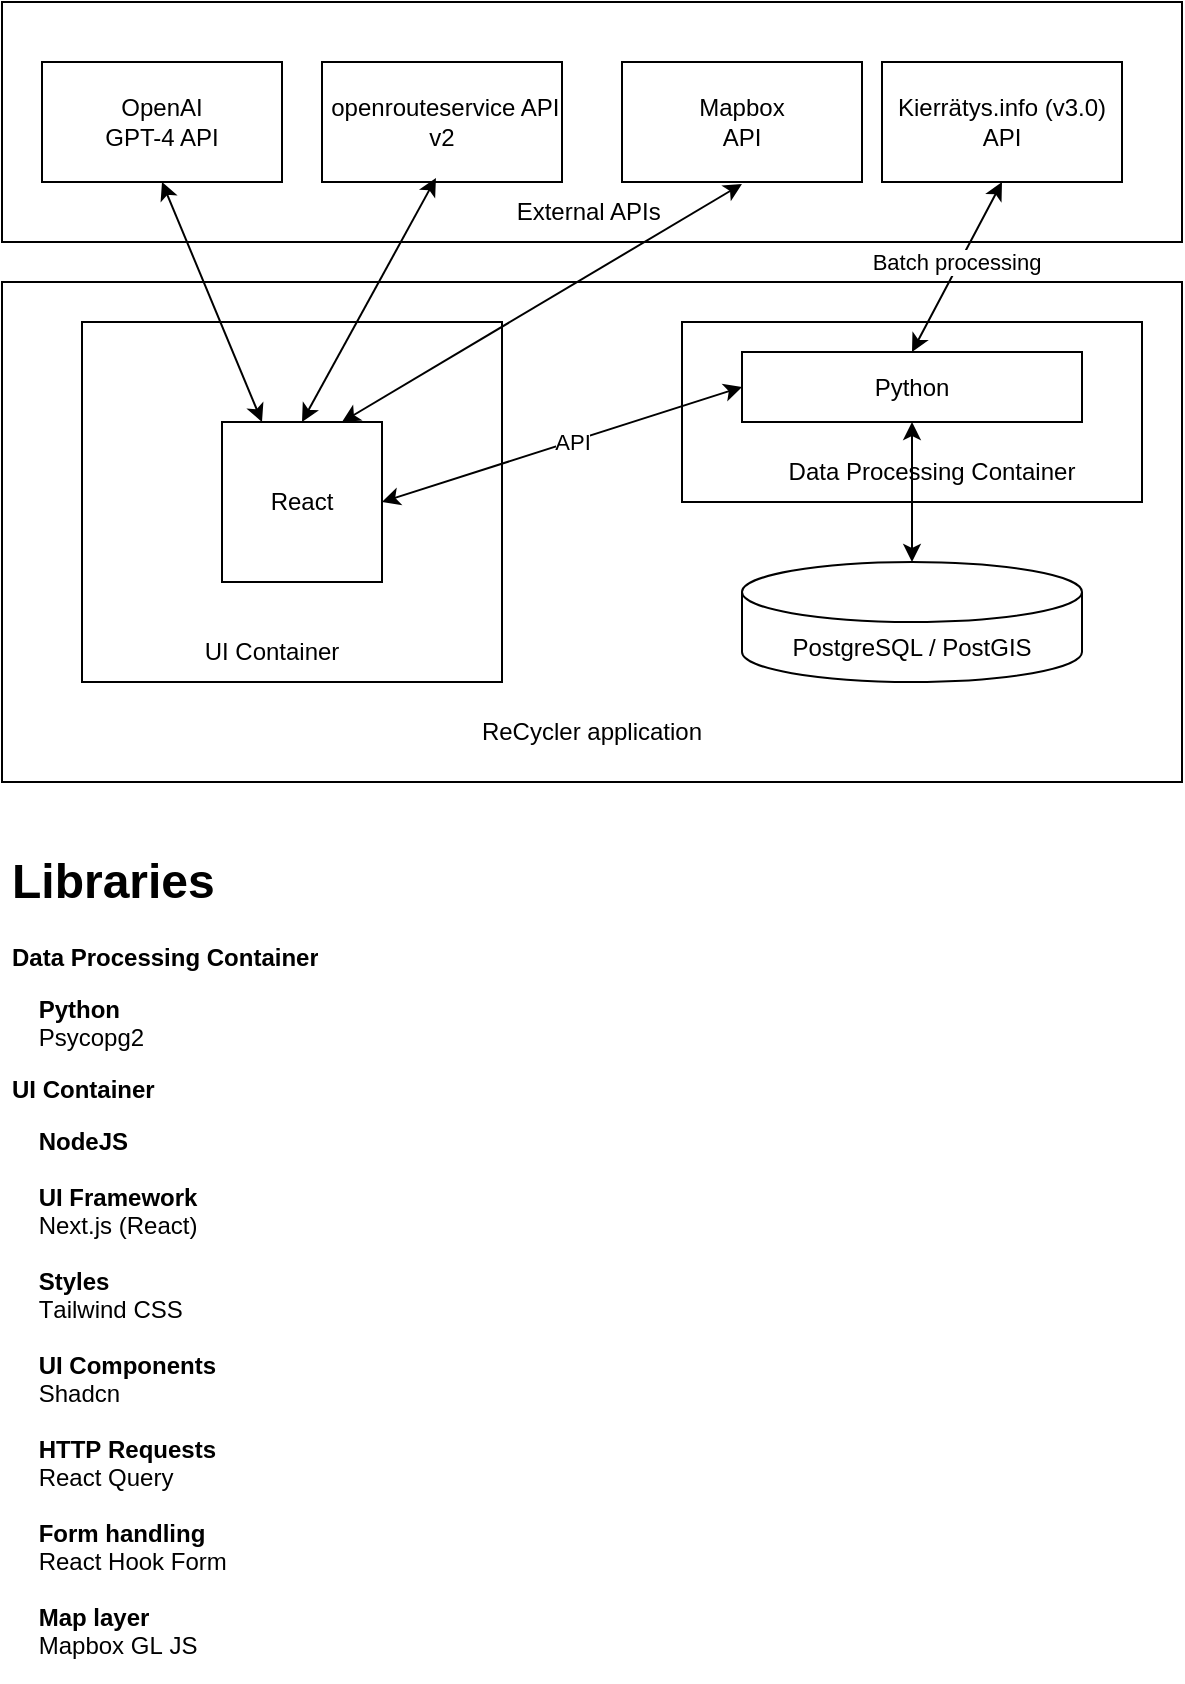
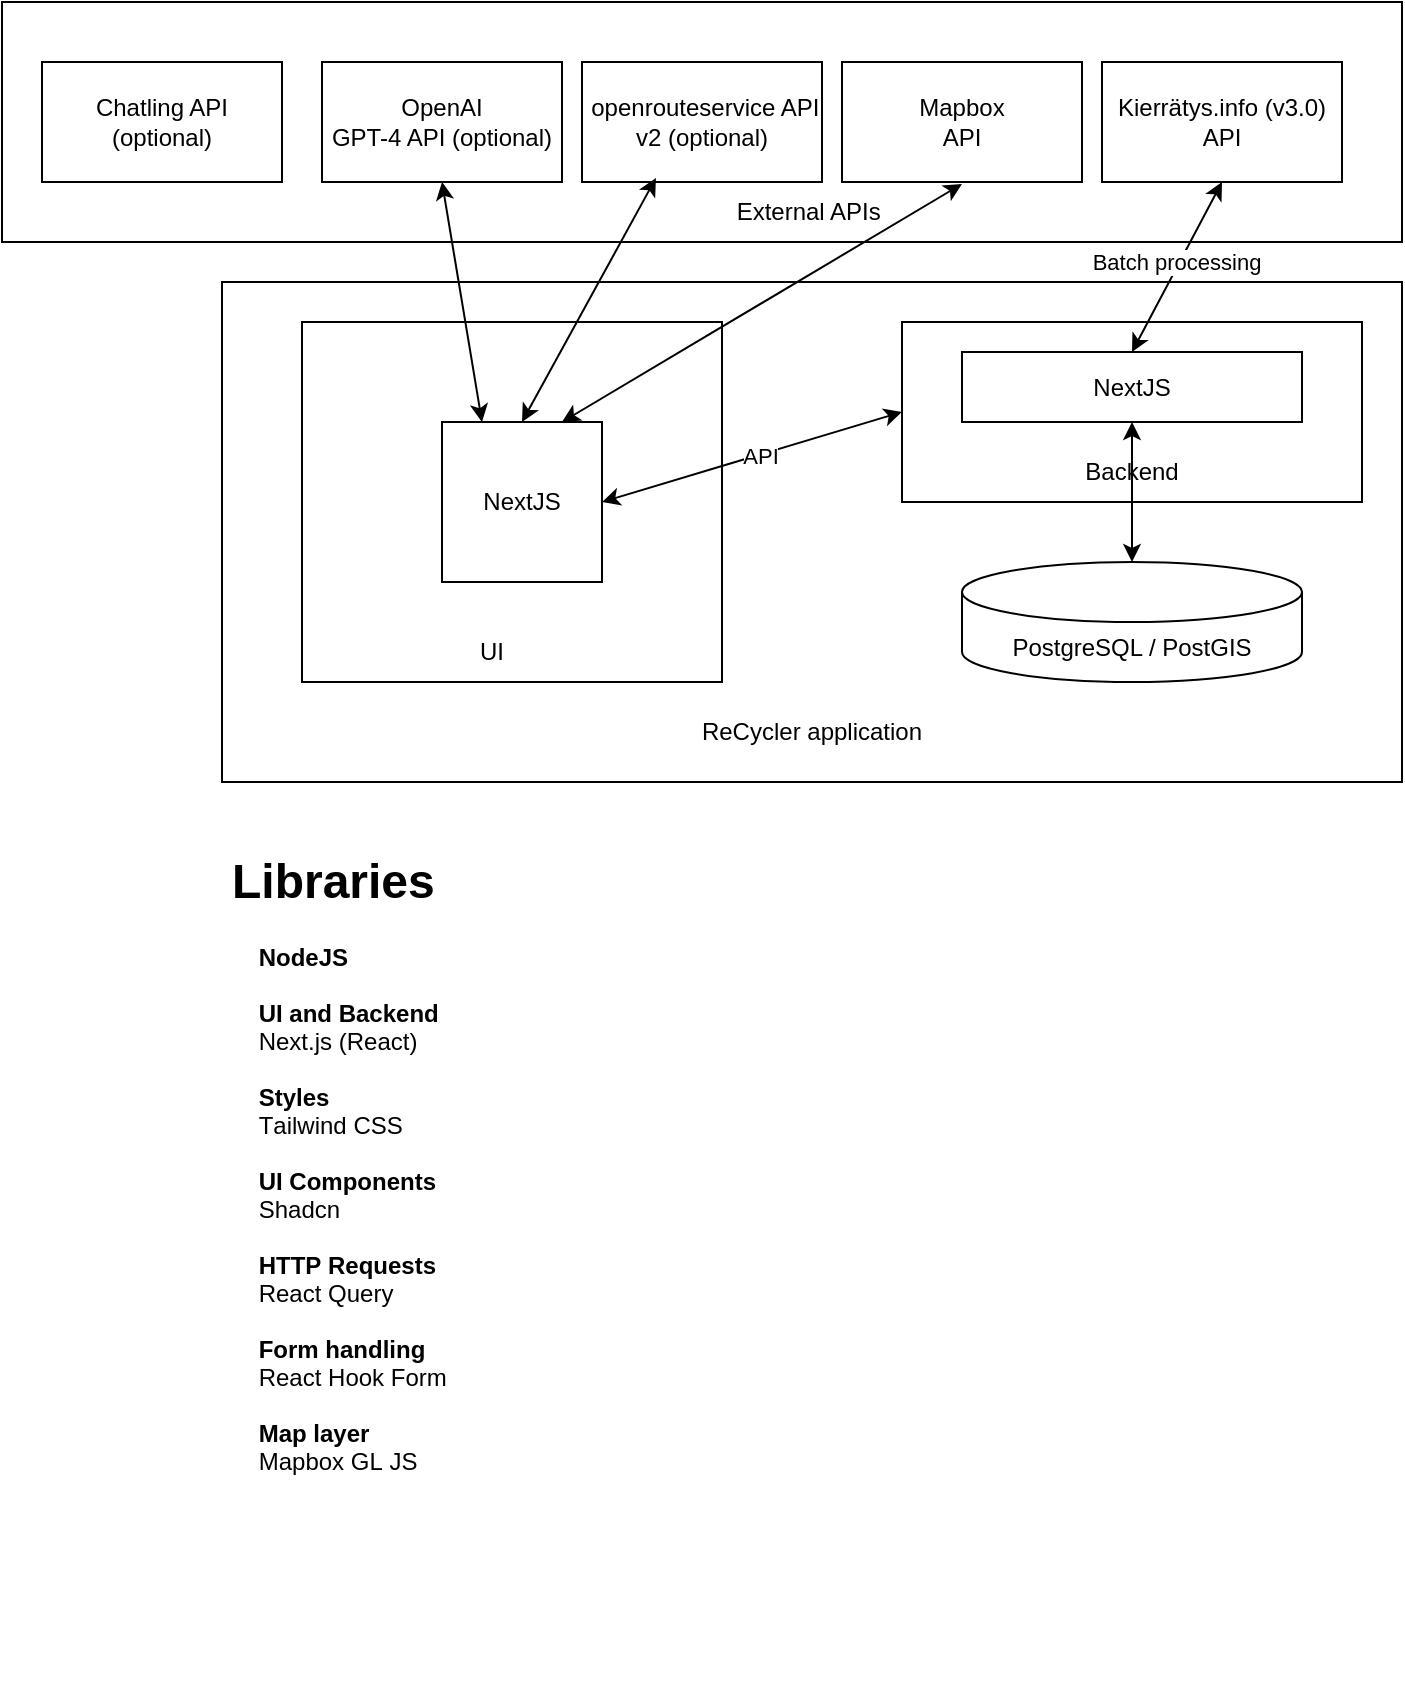
- <mxfile host="app.diagrams.net" modified="2024-01-02T09:57:34.995Z" agent="Mozilla/5.0 (Macintosh; Intel Mac OS X 10_15_7) AppleWebKit/537.36 (KHTML, like Gecko) Chrome/120.0.0.0 Safari/537.36" etag="K938C3EczWYA9ncI1KjH" version="22.1.16" type="github">
+ <mxfile host="app.diagrams.net" agent="Mozilla/5.0 (Macintosh; Intel Mac OS X 10_15_7) AppleWebKit/605.1.15 (KHTML, like Gecko) Version/18.3 Safari/605.1.15" version="26.0.16">
  <diagram name="High-level architecture" id="9zcz33UXx225ZlQHVHOC">
-     <mxGraphModel dx="1570" dy="991" grid="1" gridSize="10" guides="1" tooltips="1" connect="1" arrows="1" fold="1" page="1" pageScale="1" pageWidth="827" pageHeight="1169" math="0" shadow="0">
+     <mxGraphModel dx="1413" dy="994" grid="1" gridSize="10" guides="1" tooltips="1" connect="1" arrows="1" fold="1" page="1" pageScale="1" pageWidth="827" pageHeight="1169" math="0" shadow="0">
      <root>
        <mxCell id="0" />
        <mxCell id="1" parent="0" />
        <mxCell id="fm4_85k55z0bOuFMnIiU-6" value="" style="rounded=0;whiteSpace=wrap;html=1;align=center;" parent="1" vertex="1">
          <mxGeometry x="130" y="260" width="590" height="250" as="geometry" />
        </mxCell>
        <mxCell id="fm4_85k55z0bOuFMnIiU-30" value="" style="rounded=0;whiteSpace=wrap;html=1;" parent="1" vertex="1">
          <mxGeometry x="470" y="280" width="230" height="90" as="geometry" />
        </mxCell>
        <mxCell id="fm4_85k55z0bOuFMnIiU-1" value="" style="rounded=0;whiteSpace=wrap;html=1;align=center;" parent="1" vertex="1">
-           <mxGeometry x="130" y="120" width="590" height="120" as="geometry" />
+           <mxGeometry x="20" y="120" width="700" height="120" as="geometry" />
        </mxCell>
-         <mxCell id="fm4_85k55z0bOuFMnIiU-2" value="OpenAI&lt;br&gt;GPT-4 API" style="rounded=0;whiteSpace=wrap;html=1;align=center;" parent="1" vertex="1">
-           <mxGeometry x="150" y="150" width="120" height="60" as="geometry" />
+         <mxCell id="fm4_85k55z0bOuFMnIiU-2" value="OpenAI&lt;br&gt;GPT-4 API (optional)" style="rounded=0;whiteSpace=wrap;html=1;align=center;" parent="1" vertex="1">
+           <mxGeometry x="180" y="150" width="120" height="60" as="geometry" />
        </mxCell>
-         <mxCell id="fm4_85k55z0bOuFMnIiU-3" value="&amp;nbsp;openrouteservice API v2" style="rounded=0;whiteSpace=wrap;html=1;align=center;" parent="1" vertex="1">
-           <mxGeometry x="290" y="150" width="120" height="60" as="geometry" />
+         <mxCell id="fm4_85k55z0bOuFMnIiU-3" value="&amp;nbsp;openrouteservice API v2 (optional)" style="rounded=0;whiteSpace=wrap;html=1;align=center;" parent="1" vertex="1">
+           <mxGeometry x="310" y="150" width="120" height="60" as="geometry" />
        </mxCell>
        <mxCell id="fm4_85k55z0bOuFMnIiU-4" value="Kierrätys.info (v3.0) API" style="rounded=0;whiteSpace=wrap;html=1;align=center;" parent="1" vertex="1">
          <mxGeometry x="570" y="150" width="120" height="60" as="geometry" />
        </mxCell>
        <mxCell id="fm4_85k55z0bOuFMnIiU-5" value="Mapbox&lt;br&gt;API" style="rounded=0;whiteSpace=wrap;html=1;align=center;" parent="1" vertex="1">
          <mxGeometry x="440" y="150" width="120" height="60" as="geometry" />
        </mxCell>
        <mxCell id="fm4_85k55z0bOuFMnIiU-7" value="External APIs&amp;nbsp;" style="text;html=1;strokeColor=none;fillColor=none;align=center;verticalAlign=middle;whiteSpace=wrap;rounded=0;" parent="1" vertex="1">
          <mxGeometry x="340" y="210" width="170" height="30" as="geometry" />
        </mxCell>
        <mxCell id="fm4_85k55z0bOuFMnIiU-8" value="ReCycler application" style="text;html=1;strokeColor=none;fillColor=none;align=center;verticalAlign=middle;whiteSpace=wrap;rounded=0;" parent="1" vertex="1">
          <mxGeometry x="340" y="470" width="170" height="30" as="geometry" />
        </mxCell>
        <mxCell id="fm4_85k55z0bOuFMnIiU-13" value="" style="rounded=0;whiteSpace=wrap;html=1;align=center;" parent="1" vertex="1">
          <mxGeometry x="170" y="280" width="210" height="180" as="geometry" />
        </mxCell>
        <mxCell id="fm4_85k55z0bOuFMnIiU-9" value="PostgreSQL / PostGIS" style="shape=cylinder3;whiteSpace=wrap;html=1;boundedLbl=1;backgroundOutline=1;size=15;align=center;" parent="1" vertex="1">
          <mxGeometry x="500" y="400" width="170" height="60" as="geometry" />
        </mxCell>
-         <mxCell id="fm4_85k55z0bOuFMnIiU-11" value="React" style="whiteSpace=wrap;html=1;aspect=fixed;align=center;" parent="1" vertex="1">
+         <mxCell id="fm4_85k55z0bOuFMnIiU-11" value="NextJS" style="whiteSpace=wrap;html=1;aspect=fixed;align=center;" parent="1" vertex="1">
          <mxGeometry x="240" y="330" width="80" height="80" as="geometry" />
        </mxCell>
-         <mxCell id="fm4_85k55z0bOuFMnIiU-14" value="Python" style="rounded=0;whiteSpace=wrap;html=1;align=center;" parent="1" vertex="1">
+         <mxCell id="fm4_85k55z0bOuFMnIiU-14" value="NextJS" style="rounded=0;whiteSpace=wrap;html=1;align=center;" parent="1" vertex="1">
          <mxGeometry x="500" y="295" width="170" height="35" as="geometry" />
        </mxCell>
        <mxCell id="fm4_85k55z0bOuFMnIiU-16" value="" style="endArrow=classic;startArrow=classic;html=1;rounded=0;entryX=0.5;entryY=1;entryDx=0;entryDy=0;exitX=0.25;exitY=0;exitDx=0;exitDy=0;align=center;" parent="1" source="fm4_85k55z0bOuFMnIiU-11" target="fm4_85k55z0bOuFMnIiU-2" edge="1">
          <mxGeometry width="50" height="50" relative="1" as="geometry">
            <mxPoint x="390" y="420" as="sourcePoint" />
            <mxPoint x="440" y="370" as="targetPoint" />
          </mxGeometry>
        </mxCell>
        <mxCell id="fm4_85k55z0bOuFMnIiU-17" value="" style="endArrow=classic;startArrow=classic;html=1;rounded=0;entryX=0.041;entryY=-0.067;entryDx=0;entryDy=0;exitX=0.5;exitY=0;exitDx=0;exitDy=0;entryPerimeter=0;align=center;" parent="1" source="fm4_85k55z0bOuFMnIiU-11" target="fm4_85k55z0bOuFMnIiU-7" edge="1">
          <mxGeometry width="50" height="50" relative="1" as="geometry">
            <mxPoint x="390" y="420" as="sourcePoint" />
            <mxPoint x="440" y="370" as="targetPoint" />
          </mxGeometry>
        </mxCell>
        <mxCell id="fm4_85k55z0bOuFMnIiU-18" value="" style="endArrow=classic;startArrow=classic;html=1;rounded=0;entryX=0.941;entryY=0.033;entryDx=0;entryDy=0;entryPerimeter=0;exitX=0.75;exitY=0;exitDx=0;exitDy=0;align=center;" parent="1" source="fm4_85k55z0bOuFMnIiU-11" target="fm4_85k55z0bOuFMnIiU-7" edge="1">
          <mxGeometry width="50" height="50" relative="1" as="geometry">
            <mxPoint x="350" y="350" as="sourcePoint" />
            <mxPoint x="440" y="370" as="targetPoint" />
          </mxGeometry>
        </mxCell>
        <mxCell id="fm4_85k55z0bOuFMnIiU-21" value="" style="endArrow=classic;startArrow=classic;html=1;rounded=0;entryX=0.5;entryY=1;entryDx=0;entryDy=0;exitX=0.5;exitY=0;exitDx=0;exitDy=0;align=center;" parent="1" source="fm4_85k55z0bOuFMnIiU-14" target="fm4_85k55z0bOuFMnIiU-4" edge="1">
          <mxGeometry width="50" height="50" relative="1" as="geometry">
            <mxPoint x="400" y="360" as="sourcePoint" />
            <mxPoint x="450" y="310" as="targetPoint" />
          </mxGeometry>
        </mxCell>
        <mxCell id="fm4_85k55z0bOuFMnIiU-34" value="Batch processing" style="edgeLabel;html=1;align=center;verticalAlign=middle;resizable=0;points=[];" parent="fm4_85k55z0bOuFMnIiU-21" vertex="1" connectable="0">
          <mxGeometry x="-0.0141" relative="1" as="geometry">
            <mxPoint y="-3" as="offset" />
          </mxGeometry>
        </mxCell>
        <mxCell id="fm4_85k55z0bOuFMnIiU-22" value="" style="endArrow=classic;startArrow=classic;html=1;rounded=0;entryX=0.5;entryY=1;entryDx=0;entryDy=0;exitX=0.5;exitY=0;exitDx=0;exitDy=0;exitPerimeter=0;align=center;" parent="1" source="fm4_85k55z0bOuFMnIiU-9" target="fm4_85k55z0bOuFMnIiU-14" edge="1">
          <mxGeometry width="50" height="50" relative="1" as="geometry">
            <mxPoint x="400" y="350" as="sourcePoint" />
            <mxPoint x="450" y="300" as="targetPoint" />
          </mxGeometry>
        </mxCell>
-         <mxCell id="fm4_85k55z0bOuFMnIiU-24" value="UI Container" style="text;html=1;strokeColor=none;fillColor=none;align=center;verticalAlign=middle;whiteSpace=wrap;rounded=0;" parent="1" vertex="1">
+         <mxCell id="fm4_85k55z0bOuFMnIiU-24" value="UI" style="text;html=1;strokeColor=none;fillColor=none;align=center;verticalAlign=middle;whiteSpace=wrap;rounded=0;" parent="1" vertex="1">
          <mxGeometry x="180" y="430" width="170" height="30" as="geometry" />
        </mxCell>
-         <mxCell id="fm4_85k55z0bOuFMnIiU-25" value="" style="endArrow=classic;startArrow=classic;html=1;rounded=0;exitX=1;exitY=0.5;exitDx=0;exitDy=0;entryX=0;entryY=0.5;entryDx=0;entryDy=0;" parent="1" source="fm4_85k55z0bOuFMnIiU-11" target="fm4_85k55z0bOuFMnIiU-14" edge="1">
+         <mxCell id="fm4_85k55z0bOuFMnIiU-25" value="" style="endArrow=classic;startArrow=classic;html=1;rounded=0;exitX=1;exitY=0.5;exitDx=0;exitDy=0;entryX=0;entryY=0.5;entryDx=0;entryDy=0;" parent="1" source="fm4_85k55z0bOuFMnIiU-11" target="fm4_85k55z0bOuFMnIiU-30" edge="1">
          <mxGeometry width="50" height="50" relative="1" as="geometry">
            <mxPoint x="400" y="350" as="sourcePoint" />
            <mxPoint x="450" y="300" as="targetPoint" />
          </mxGeometry>
        </mxCell>
        <mxCell id="fm4_85k55z0bOuFMnIiU-33" value="API" style="edgeLabel;html=1;align=center;verticalAlign=middle;resizable=0;points=[];" parent="fm4_85k55z0bOuFMnIiU-25" vertex="1" connectable="0">
          <mxGeometry x="0.0544" relative="1" as="geometry">
            <mxPoint as="offset" />
          </mxGeometry>
        </mxCell>
-         <mxCell id="fm4_85k55z0bOuFMnIiU-31" value="Data Processing Container" style="text;html=1;strokeColor=none;fillColor=none;align=center;verticalAlign=middle;whiteSpace=wrap;rounded=0;" parent="1" vertex="1">
-           <mxGeometry x="510" y="340" width="170" height="30" as="geometry" />
+         <mxCell id="fm4_85k55z0bOuFMnIiU-31" value="Backend" style="text;html=1;strokeColor=none;fillColor=none;align=center;verticalAlign=middle;whiteSpace=wrap;rounded=0;" parent="1" vertex="1">
+           <mxGeometry x="500" y="340" width="170" height="30" as="geometry" />
        </mxCell>
-         <mxCell id="CHO3YG6BR_KFlLe8QAzr-1" value="&lt;h1&gt;Libraries&lt;/h1&gt;&lt;p style=&quot;margin: 0px 0px 12px; font-style: normal; font-variant-caps: normal; font-stretch: normal; line-height: normal; font-size-adjust: none; font-kerning: auto; font-variant-alternates: normal; font-variant-ligatures: normal; font-variant-numeric: normal; font-variant-east-asian: normal; font-variant-position: normal; font-feature-settings: normal; font-optical-sizing: auto; font-variation-settings: normal;&quot;&gt;&lt;b&gt;Data Processing Container&lt;/b&gt;&lt;/p&gt;&lt;b style=&quot;border-color: var(--border-color);&quot;&gt;&amp;nbsp; &amp;nbsp; Python&lt;/b&gt;&lt;br&gt;&lt;p style=&quot;margin: 0px 0px 12px; font-style: normal; font-variant-caps: normal; font-stretch: normal; line-height: normal; font-size-adjust: none; font-kerning: auto; font-variant-alternates: normal; font-variant-ligatures: normal; font-variant-numeric: normal; font-variant-east-asian: normal; font-variant-position: normal; font-feature-settings: normal; font-optical-sizing: auto; font-variation-settings: normal;&quot;&gt;&lt;span style=&quot;border-color: var(--border-color);&quot;&gt;&amp;nbsp; &amp;nbsp; Psycopg2&lt;/span&gt;&lt;/p&gt;&lt;p style=&quot;margin: 0px 0px 12px; font-style: normal; font-variant-caps: normal; font-stretch: normal; line-height: normal; font-size-adjust: none; font-kerning: auto; font-variant-alternates: normal; font-variant-ligatures: normal; font-variant-numeric: normal; font-variant-east-asian: normal; font-variant-position: normal; font-feature-settings: normal; font-optical-sizing: auto; font-variation-settings: normal;&quot;&gt;&lt;b&gt;UI Container&lt;/b&gt;&lt;/p&gt;&lt;p style=&quot;margin: 0px; font-style: normal; font-variant-caps: normal; font-stretch: normal; line-height: normal; font-size-adjust: none; font-kerning: auto; font-variant-alternates: normal; font-variant-ligatures: normal; font-variant-numeric: normal; font-variant-east-asian: normal; font-variant-position: normal; font-feature-settings: normal; font-optical-sizing: auto; font-variation-settings: normal;&quot;&gt;&lt;span style=&quot;font-kerning: none&quot;&gt;&lt;b&gt;&lt;span style=&quot;&quot;&gt;&amp;nbsp;&amp;nbsp;&amp;nbsp;&amp;nbsp;&lt;/span&gt;NodeJS&lt;/b&gt;&lt;/span&gt;&lt;/p&gt;&lt;p style=&quot;margin: 0px; font-style: normal; font-variant-caps: normal; font-stretch: normal; line-height: normal; font-size-adjust: none; font-kerning: auto; font-variant-alternates: normal; font-variant-ligatures: normal; font-variant-numeric: normal; font-variant-east-asian: normal; font-variant-position: normal; font-feature-settings: normal; font-optical-sizing: auto; font-variation-settings: normal;&quot;&gt;&lt;span style=&quot;font-kerning: none;&quot;&gt;&lt;b&gt;&lt;br&gt;&amp;nbsp; &amp;nbsp; UI Framework&lt;/b&gt;&lt;/span&gt;&lt;/p&gt;&lt;p style=&quot;margin: 0px; font-style: normal; font-variant-caps: normal; font-stretch: normal; line-height: normal; font-size-adjust: none; font-kerning: auto; font-variant-alternates: normal; font-variant-ligatures: normal; font-variant-numeric: normal; font-variant-east-asian: normal; font-variant-position: normal; font-feature-settings: normal; font-optical-sizing: auto; font-variation-settings: normal;&quot;&gt;&lt;span style=&quot;font-kerning: none;&quot;&gt;&lt;span style=&quot;border-color: var(--border-color);&quot;&gt;&amp;nbsp; &amp;nbsp; &lt;/span&gt;&lt;/span&gt;&lt;span style=&quot;background-color: initial;&quot;&gt;Next.js (React)&lt;/span&gt;&lt;/p&gt;&lt;p style=&quot;margin: 0px; font-style: normal; font-variant-caps: normal; font-stretch: normal; line-height: normal; font-size-adjust: none; font-kerning: auto; font-variant-alternates: normal; font-variant-ligatures: normal; font-variant-numeric: normal; font-variant-east-asian: normal; font-variant-position: normal; font-feature-settings: normal; font-optical-sizing: auto; font-variation-settings: normal; min-height: 14px;&quot;&gt;&lt;span style=&quot;font-kerning: none&quot;&gt;&lt;/span&gt;&lt;br&gt;&lt;/p&gt;&lt;p style=&quot;margin: 0px; font-style: normal; font-variant-caps: normal; font-stretch: normal; line-height: normal; font-size-adjust: none; font-kerning: auto; font-variant-alternates: normal; font-variant-ligatures: normal; font-variant-numeric: normal; font-variant-east-asian: normal; font-variant-position: normal; font-feature-settings: normal; font-optical-sizing: auto; font-variation-settings: normal;&quot;&gt;&lt;span style=&quot;font-kerning: none;&quot;&gt;&lt;b&gt;&lt;span style=&quot;&quot;&gt;&amp;nbsp;&amp;nbsp;&amp;nbsp;&amp;nbsp;&lt;/span&gt;Styles&lt;/b&gt;&lt;/span&gt;&lt;/p&gt;&lt;p style=&quot;margin: 0px; font-style: normal; font-variant-caps: normal; font-stretch: normal; line-height: normal; font-size-adjust: none; font-kerning: auto; font-variant-alternates: normal; font-variant-ligatures: normal; font-variant-numeric: normal; font-variant-east-asian: normal; font-variant-position: normal; font-feature-settings: normal; font-optical-sizing: auto; font-variation-settings: normal;&quot;&gt;&lt;span style=&quot;font-kerning: none&quot;&gt;&lt;span style=&quot;&quot;&gt;&amp;nbsp;&amp;nbsp;&amp;nbsp;&amp;nbsp;&lt;/span&gt;Tailwind CSS&lt;/span&gt;&lt;/p&gt;&lt;p style=&quot;margin: 0px; font-style: normal; font-variant-caps: normal; font-stretch: normal; line-height: normal; font-size-adjust: none; font-kerning: auto; font-variant-alternates: normal; font-variant-ligatures: normal; font-variant-numeric: normal; font-variant-east-asian: normal; font-variant-position: normal; font-feature-settings: normal; font-optical-sizing: auto; font-variation-settings: normal; min-height: 14px;&quot;&gt;&lt;span style=&quot;font-kerning: none&quot;&gt;&lt;/span&gt;&lt;br&gt;&lt;/p&gt;&lt;p style=&quot;margin: 0px; font-style: normal; font-variant-caps: normal; font-stretch: normal; line-height: normal; font-size-adjust: none; font-kerning: auto; font-variant-alternates: normal; font-variant-ligatures: normal; font-variant-numeric: normal; font-variant-east-asian: normal; font-variant-position: normal; font-feature-settings: normal; font-optical-sizing: auto; font-variation-settings: normal;&quot;&gt;&lt;span style=&quot;font-kerning: none;&quot;&gt;&lt;b&gt;&lt;span style=&quot;&quot;&gt;&amp;nbsp;&amp;nbsp;&amp;nbsp;&amp;nbsp;&lt;/span&gt;UI Components&lt;/b&gt;&lt;/span&gt;&lt;/p&gt;&lt;p style=&quot;margin: 0px; font-style: normal; font-variant-caps: normal; font-stretch: normal; line-height: normal; font-size-adjust: none; font-kerning: auto; font-variant-alternates: normal; font-variant-ligatures: normal; font-variant-numeric: normal; font-variant-east-asian: normal; font-variant-position: normal; font-feature-settings: normal; font-optical-sizing: auto; font-variation-settings: normal;&quot;&gt;&lt;span style=&quot;font-kerning: none;&quot;&gt;&lt;span style=&quot;&quot;&gt;&amp;nbsp;&amp;nbsp;&amp;nbsp;&amp;nbsp;&lt;/span&gt;Shadcn&lt;/span&gt;&lt;/p&gt;&lt;p style=&quot;margin: 0px; font-style: normal; font-variant-caps: normal; font-stretch: normal; line-height: normal; font-size-adjust: none; font-kerning: auto; font-variant-alternates: normal; font-variant-ligatures: normal; font-variant-numeric: normal; font-variant-east-asian: normal; font-variant-position: normal; font-feature-settings: normal; font-optical-sizing: auto; font-variation-settings: normal; min-height: 14px;&quot;&gt;&lt;span style=&quot;font-kerning: none&quot;&gt;&lt;/span&gt;&lt;br&gt;&lt;/p&gt;&lt;p style=&quot;margin: 0px; font-style: normal; font-variant-caps: normal; font-stretch: normal; line-height: normal; font-size-adjust: none; font-kerning: auto; font-variant-alternates: normal; font-variant-ligatures: normal; font-variant-numeric: normal; font-variant-east-asian: normal; font-variant-position: normal; font-feature-settings: normal; font-optical-sizing: auto; font-variation-settings: normal;&quot;&gt;&lt;span style=&quot;font-kerning: none;&quot;&gt;&lt;b&gt;&lt;span style=&quot;&quot;&gt;&amp;nbsp;&amp;nbsp;&amp;nbsp;&amp;nbsp;&lt;/span&gt;HTTP Requests&lt;/b&gt;&lt;/span&gt;&lt;/p&gt;&lt;p style=&quot;margin: 0px; font-style: normal; font-variant-caps: normal; font-stretch: normal; line-height: normal; font-size-adjust: none; font-kerning: auto; font-variant-alternates: normal; font-variant-ligatures: normal; font-variant-numeric: normal; font-variant-east-asian: normal; font-variant-position: normal; font-feature-settings: normal; font-optical-sizing: auto; font-variation-settings: normal;&quot;&gt;&lt;span style=&quot;font-kerning: none;&quot;&gt;&lt;span style=&quot;&quot;&gt;&amp;nbsp;&amp;nbsp;&amp;nbsp;&amp;nbsp;&lt;/span&gt;React Query&lt;br&gt;&lt;/span&gt;&lt;/p&gt;&lt;p style=&quot;margin: 0px; font-style: normal; font-variant-caps: normal; font-stretch: normal; line-height: normal; font-size-adjust: none; font-kerning: auto; font-variant-alternates: normal; font-variant-ligatures: normal; font-variant-numeric: normal; font-variant-east-asian: normal; font-variant-position: normal; font-feature-settings: normal; font-optical-sizing: auto; font-variation-settings: normal;&quot;&gt;&lt;span style=&quot;font-kerning: none;&quot;&gt;&lt;br&gt;&lt;/span&gt;&lt;/p&gt;&lt;p style=&quot;margin: 0px; font-style: normal; font-variant-caps: normal; font-stretch: normal; line-height: normal; font-size-adjust: none; font-kerning: auto; font-variant-alternates: normal; font-variant-ligatures: normal; font-variant-numeric: normal; font-variant-east-asian: normal; font-variant-position: normal; font-feature-settings: normal; font-optical-sizing: auto; font-variation-settings: normal;&quot;&gt;&lt;span style=&quot;font-kerning: none;&quot;&gt;&lt;b&gt;&amp;nbsp; &amp;nbsp; Form handling&lt;/b&gt;&lt;/span&gt;&lt;/p&gt;&lt;p style=&quot;margin: 0px; font-style: normal; font-variant-caps: normal; font-stretch: normal; line-height: normal; font-size-adjust: none; font-kerning: auto; font-variant-alternates: normal; font-variant-ligatures: normal; font-variant-numeric: normal; font-variant-east-asian: normal; font-variant-position: normal; font-feature-settings: normal; font-optical-sizing: auto; font-variation-settings: normal;&quot;&gt;&lt;span style=&quot;font-kerning: none&quot;&gt;&lt;span style=&quot;&quot;&gt;&amp;nbsp;&amp;nbsp;&amp;nbsp;&amp;nbsp;&lt;/span&gt;&lt;/span&gt;React Hook Form&lt;br&gt;&lt;br&gt;&lt;/p&gt;&lt;p style=&quot;border-color: var(--border-color); font-variant-numeric: normal; font-variant-east-asian: normal; font-variant-alternates: normal; font-kerning: auto; font-optical-sizing: auto; font-feature-settings: normal; font-variation-settings: normal; font-variant-position: normal; font-stretch: normal; line-height: normal; margin: 0px;&quot;&gt;&lt;span style=&quot;border-color: var(--border-color); font-kerning: none;&quot;&gt;&lt;b style=&quot;border-color: var(--border-color);&quot;&gt;&amp;nbsp; &amp;nbsp; Map layer&lt;/b&gt;&lt;/span&gt;&lt;/p&gt;&lt;p style=&quot;margin: 0px; font-stretch: normal; line-height: normal; font-kerning: auto; font-variant-alternates: normal; font-variant-numeric: normal; font-variant-east-asian: normal; font-variant-position: normal; font-feature-settings: normal; font-optical-sizing: auto; font-variation-settings: normal;&quot;&gt;&lt;span style=&quot;font-kerning: none;&quot;&gt;&lt;/span&gt;&lt;/p&gt;&lt;p style=&quot;border-color: var(--border-color); font-variant-numeric: normal; font-variant-east-asian: normal; font-variant-alternates: normal; font-kerning: auto; font-optical-sizing: auto; font-feature-settings: normal; font-variation-settings: normal; font-variant-position: normal; font-stretch: normal; line-height: normal; margin: 0px;&quot;&gt;&lt;span style=&quot;border-color: var(--border-color); font-kerning: none;&quot;&gt;&lt;span style=&quot;border-color: var(--border-color);&quot;&gt;&amp;nbsp;&amp;nbsp;&amp;nbsp;&amp;nbsp;&lt;/span&gt;Mapbox GL JS&lt;/span&gt;&lt;/p&gt;" style="text;html=1;strokeColor=none;fillColor=none;spacing=5;spacingTop=-20;whiteSpace=wrap;overflow=hidden;rounded=0;" parent="1" vertex="1">
+         <mxCell id="CHO3YG6BR_KFlLe8QAzr-1" value="&lt;h1&gt;Libraries&lt;/h1&gt;&lt;p style=&quot;margin: 0px; font-style: normal; font-variant-caps: normal; font-stretch: normal; line-height: normal; font-size-adjust: none; font-kerning: auto; font-variant-alternates: normal; font-variant-ligatures: normal; font-variant-numeric: normal; font-variant-east-asian: normal; font-variant-position: normal; font-feature-settings: normal; font-optical-sizing: auto; font-variation-settings: normal;&quot;&gt;&lt;span style=&quot;font-kerning: none&quot;&gt;&lt;b&gt;&lt;span style=&quot;&quot;&gt;&amp;nbsp;&amp;nbsp;&amp;nbsp;&amp;nbsp;&lt;/span&gt;NodeJS&lt;/b&gt;&lt;/span&gt;&lt;/p&gt;&lt;p style=&quot;margin: 0px; font-style: normal; font-variant-caps: normal; font-stretch: normal; line-height: normal; font-size-adjust: none; font-kerning: auto; font-variant-alternates: normal; font-variant-ligatures: normal; font-variant-numeric: normal; font-variant-east-asian: normal; font-variant-position: normal; font-feature-settings: normal; font-optical-sizing: auto; font-variation-settings: normal;&quot;&gt;&lt;span style=&quot;font-kerning: none;&quot;&gt;&lt;b&gt;&lt;br&gt;&amp;nbsp; &amp;nbsp; UI and Backend&lt;/b&gt;&lt;/span&gt;&lt;/p&gt;&lt;p style=&quot;margin: 0px; font-style: normal; font-variant-caps: normal; font-stretch: normal; line-height: normal; font-size-adjust: none; font-kerning: auto; font-variant-alternates: normal; font-variant-ligatures: normal; font-variant-numeric: normal; font-variant-east-asian: normal; font-variant-position: normal; font-feature-settings: normal; font-optical-sizing: auto; font-variation-settings: normal;&quot;&gt;&lt;span style=&quot;font-kerning: none;&quot;&gt;&lt;span style=&quot;border-color: var(--border-color);&quot;&gt;&amp;nbsp; &amp;nbsp; &lt;/span&gt;&lt;/span&gt;&lt;span style=&quot;background-color: initial;&quot;&gt;Next.js (React)&lt;/span&gt;&lt;/p&gt;&lt;p style=&quot;margin: 0px; font-style: normal; font-variant-caps: normal; font-stretch: normal; line-height: normal; font-size-adjust: none; font-kerning: auto; font-variant-alternates: normal; font-variant-ligatures: normal; font-variant-numeric: normal; font-variant-east-asian: normal; font-variant-position: normal; font-feature-settings: normal; font-optical-sizing: auto; font-variation-settings: normal; min-height: 14px;&quot;&gt;&lt;span style=&quot;font-kerning: none&quot;&gt;&lt;/span&gt;&lt;br&gt;&lt;/p&gt;&lt;p style=&quot;margin: 0px; font-style: normal; font-variant-caps: normal; font-stretch: normal; line-height: normal; font-size-adjust: none; font-kerning: auto; font-variant-alternates: normal; font-variant-ligatures: normal; font-variant-numeric: normal; font-variant-east-asian: normal; font-variant-position: normal; font-feature-settings: normal; font-optical-sizing: auto; font-variation-settings: normal;&quot;&gt;&lt;span style=&quot;font-kerning: none;&quot;&gt;&lt;b&gt;&lt;span style=&quot;&quot;&gt;&amp;nbsp;&amp;nbsp;&amp;nbsp;&amp;nbsp;&lt;/span&gt;Styles&lt;/b&gt;&lt;/span&gt;&lt;/p&gt;&lt;p style=&quot;margin: 0px; font-style: normal; font-variant-caps: normal; font-stretch: normal; line-height: normal; font-size-adjust: none; font-kerning: auto; font-variant-alternates: normal; font-variant-ligatures: normal; font-variant-numeric: normal; font-variant-east-asian: normal; font-variant-position: normal; font-feature-settings: normal; font-optical-sizing: auto; font-variation-settings: normal;&quot;&gt;&lt;span style=&quot;font-kerning: none&quot;&gt;&lt;span style=&quot;&quot;&gt;&amp;nbsp;&amp;nbsp;&amp;nbsp;&amp;nbsp;&lt;/span&gt;Tailwind CSS&lt;/span&gt;&lt;/p&gt;&lt;p style=&quot;margin: 0px; font-style: normal; font-variant-caps: normal; font-stretch: normal; line-height: normal; font-size-adjust: none; font-kerning: auto; font-variant-alternates: normal; font-variant-ligatures: normal; font-variant-numeric: normal; font-variant-east-asian: normal; font-variant-position: normal; font-feature-settings: normal; font-optical-sizing: auto; font-variation-settings: normal; min-height: 14px;&quot;&gt;&lt;span style=&quot;font-kerning: none&quot;&gt;&lt;/span&gt;&lt;br&gt;&lt;/p&gt;&lt;p style=&quot;margin: 0px; font-style: normal; font-variant-caps: normal; font-stretch: normal; line-height: normal; font-size-adjust: none; font-kerning: auto; font-variant-alternates: normal; font-variant-ligatures: normal; font-variant-numeric: normal; font-variant-east-asian: normal; font-variant-position: normal; font-feature-settings: normal; font-optical-sizing: auto; font-variation-settings: normal;&quot;&gt;&lt;span style=&quot;font-kerning: none;&quot;&gt;&lt;b&gt;&lt;span style=&quot;&quot;&gt;&amp;nbsp;&amp;nbsp;&amp;nbsp;&amp;nbsp;&lt;/span&gt;UI Components&lt;/b&gt;&lt;/span&gt;&lt;/p&gt;&lt;p style=&quot;margin: 0px; font-style: normal; font-variant-caps: normal; font-stretch: normal; line-height: normal; font-size-adjust: none; font-kerning: auto; font-variant-alternates: normal; font-variant-ligatures: normal; font-variant-numeric: normal; font-variant-east-asian: normal; font-variant-position: normal; font-feature-settings: normal; font-optical-sizing: auto; font-variation-settings: normal;&quot;&gt;&lt;span style=&quot;font-kerning: none;&quot;&gt;&lt;span style=&quot;&quot;&gt;&amp;nbsp;&amp;nbsp;&amp;nbsp;&amp;nbsp;&lt;/span&gt;Shadcn&lt;/span&gt;&lt;/p&gt;&lt;p style=&quot;margin: 0px; font-style: normal; font-variant-caps: normal; font-stretch: normal; line-height: normal; font-size-adjust: none; font-kerning: auto; font-variant-alternates: normal; font-variant-ligatures: normal; font-variant-numeric: normal; font-variant-east-asian: normal; font-variant-position: normal; font-feature-settings: normal; font-optical-sizing: auto; font-variation-settings: normal; min-height: 14px;&quot;&gt;&lt;span style=&quot;font-kerning: none&quot;&gt;&lt;/span&gt;&lt;br&gt;&lt;/p&gt;&lt;p style=&quot;margin: 0px; font-style: normal; font-variant-caps: normal; font-stretch: normal; line-height: normal; font-size-adjust: none; font-kerning: auto; font-variant-alternates: normal; font-variant-ligatures: normal; font-variant-numeric: normal; font-variant-east-asian: normal; font-variant-position: normal; font-feature-settings: normal; font-optical-sizing: auto; font-variation-settings: normal;&quot;&gt;&lt;span style=&quot;font-kerning: none;&quot;&gt;&lt;b&gt;&lt;span style=&quot;&quot;&gt;&amp;nbsp;&amp;nbsp;&amp;nbsp;&amp;nbsp;&lt;/span&gt;HTTP Requests&lt;/b&gt;&lt;/span&gt;&lt;/p&gt;&lt;p style=&quot;margin: 0px; font-style: normal; font-variant-caps: normal; font-stretch: normal; line-height: normal; font-size-adjust: none; font-kerning: auto; font-variant-alternates: normal; font-variant-ligatures: normal; font-variant-numeric: normal; font-variant-east-asian: normal; font-variant-position: normal; font-feature-settings: normal; font-optical-sizing: auto; font-variation-settings: normal;&quot;&gt;&lt;span style=&quot;font-kerning: none;&quot;&gt;&lt;span style=&quot;&quot;&gt;&amp;nbsp;&amp;nbsp;&amp;nbsp;&amp;nbsp;&lt;/span&gt;React Query&lt;br&gt;&lt;/span&gt;&lt;/p&gt;&lt;p style=&quot;margin: 0px; font-style: normal; font-variant-caps: normal; font-stretch: normal; line-height: normal; font-size-adjust: none; font-kerning: auto; font-variant-alternates: normal; font-variant-ligatures: normal; font-variant-numeric: normal; font-variant-east-asian: normal; font-variant-position: normal; font-feature-settings: normal; font-optical-sizing: auto; font-variation-settings: normal;&quot;&gt;&lt;span style=&quot;font-kerning: none;&quot;&gt;&lt;br&gt;&lt;/span&gt;&lt;/p&gt;&lt;p style=&quot;margin: 0px; font-style: normal; font-variant-caps: normal; font-stretch: normal; line-height: normal; font-size-adjust: none; font-kerning: auto; font-variant-alternates: normal; font-variant-ligatures: normal; font-variant-numeric: normal; font-variant-east-asian: normal; font-variant-position: normal; font-feature-settings: normal; font-optical-sizing: auto; font-variation-settings: normal;&quot;&gt;&lt;span style=&quot;font-kerning: none;&quot;&gt;&lt;b&gt;&amp;nbsp; &amp;nbsp; Form handling&lt;/b&gt;&lt;/span&gt;&lt;/p&gt;&lt;p style=&quot;margin: 0px; font-style: normal; font-variant-caps: normal; font-stretch: normal; line-height: normal; font-size-adjust: none; font-kerning: auto; font-variant-alternates: normal; font-variant-ligatures: normal; font-variant-numeric: normal; font-variant-east-asian: normal; font-variant-position: normal; font-feature-settings: normal; font-optical-sizing: auto; font-variation-settings: normal;&quot;&gt;&lt;span style=&quot;font-kerning: none&quot;&gt;&lt;span style=&quot;&quot;&gt;&amp;nbsp;&amp;nbsp;&amp;nbsp;&amp;nbsp;&lt;/span&gt;&lt;/span&gt;React Hook Form&lt;br&gt;&lt;br&gt;&lt;/p&gt;&lt;p style=&quot;border-color: var(--border-color); font-variant-numeric: normal; font-variant-east-asian: normal; font-variant-alternates: normal; font-kerning: auto; font-optical-sizing: auto; font-feature-settings: normal; font-variation-settings: normal; font-variant-position: normal; font-stretch: normal; line-height: normal; margin: 0px;&quot;&gt;&lt;span style=&quot;border-color: var(--border-color); font-kerning: none;&quot;&gt;&lt;b style=&quot;border-color: var(--border-color);&quot;&gt;&amp;nbsp; &amp;nbsp; Map layer&lt;/b&gt;&lt;/span&gt;&lt;/p&gt;&lt;p style=&quot;margin: 0px; font-stretch: normal; line-height: normal; font-kerning: auto; font-variant-alternates: normal; font-variant-numeric: normal; font-variant-east-asian: normal; font-variant-position: normal; font-feature-settings: normal; font-optical-sizing: auto; font-variation-settings: normal;&quot;&gt;&lt;span style=&quot;font-kerning: none;&quot;&gt;&lt;/span&gt;&lt;/p&gt;&lt;p style=&quot;border-color: var(--border-color); font-variant-numeric: normal; font-variant-east-asian: normal; font-variant-alternates: normal; font-kerning: auto; font-optical-sizing: auto; font-feature-settings: normal; font-variation-settings: normal; font-variant-position: normal; font-stretch: normal; line-height: normal; margin: 0px;&quot;&gt;&lt;span style=&quot;border-color: var(--border-color); font-kerning: none;&quot;&gt;&lt;span style=&quot;border-color: var(--border-color);&quot;&gt;&amp;nbsp;&amp;nbsp;&amp;nbsp;&amp;nbsp;&lt;/span&gt;Mapbox GL JS&lt;/span&gt;&lt;/p&gt;" style="text;html=1;strokeColor=none;fillColor=none;spacing=5;spacingTop=-20;whiteSpace=wrap;overflow=hidden;rounded=0;" parent="1" vertex="1">
          <mxGeometry x="130" y="540" width="590" height="420" as="geometry" />
+         </mxCell>
+         <mxCell id="u8vdAGhLwnuVZ1UuuaY9-1" value="Chatling API (optional)" style="rounded=0;whiteSpace=wrap;html=1;align=center;" vertex="1" parent="1">
+           <mxGeometry x="40" y="150" width="120" height="60" as="geometry" />
        </mxCell>
      </root>
    </mxGraphModel>
  </diagram>
</mxfile>
